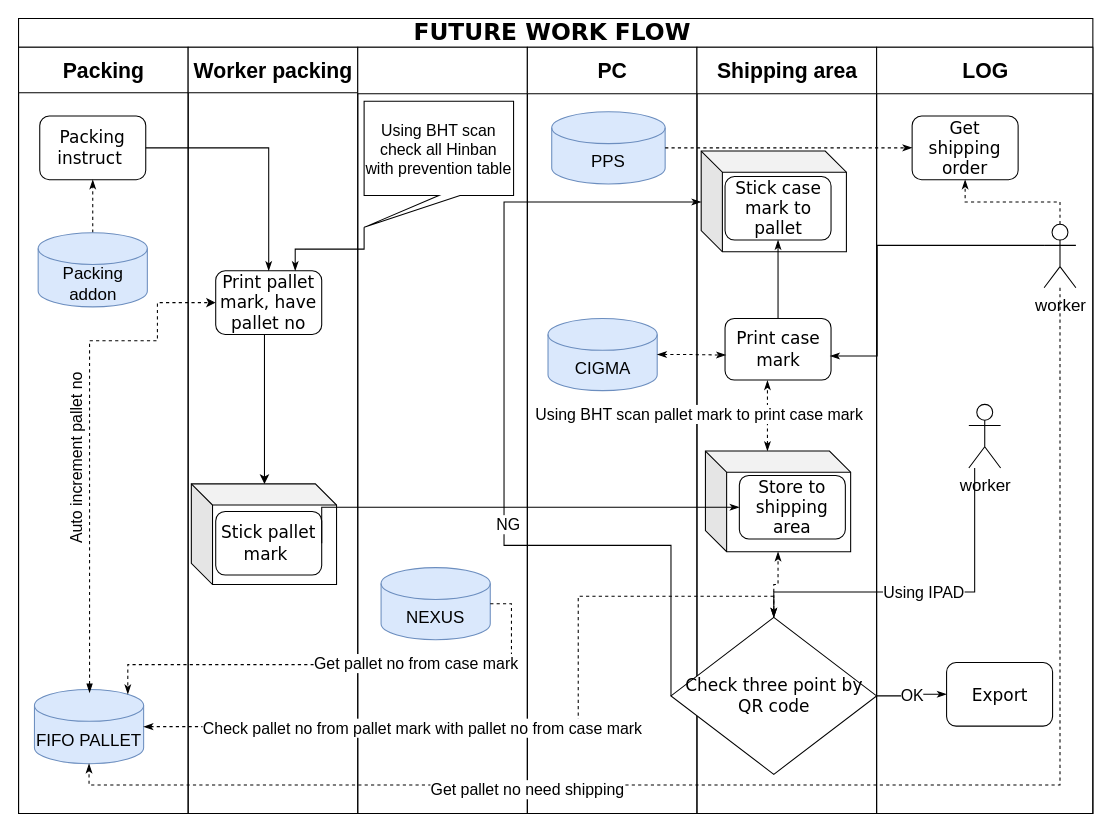
Earlier version of the draw.io diagram page "Future" (2 of 2) of work flow current fifo.drawio (dreegoo/hellotoken). Source tidied: cells renumbered, new cells numbered last; positions are measured from the earlier drawing's top-left corner, leaving out a move shared by most shapes. Both pictures are drawn from the tidied source at 106%, with x=0, y=0 at pixel (18, 18).
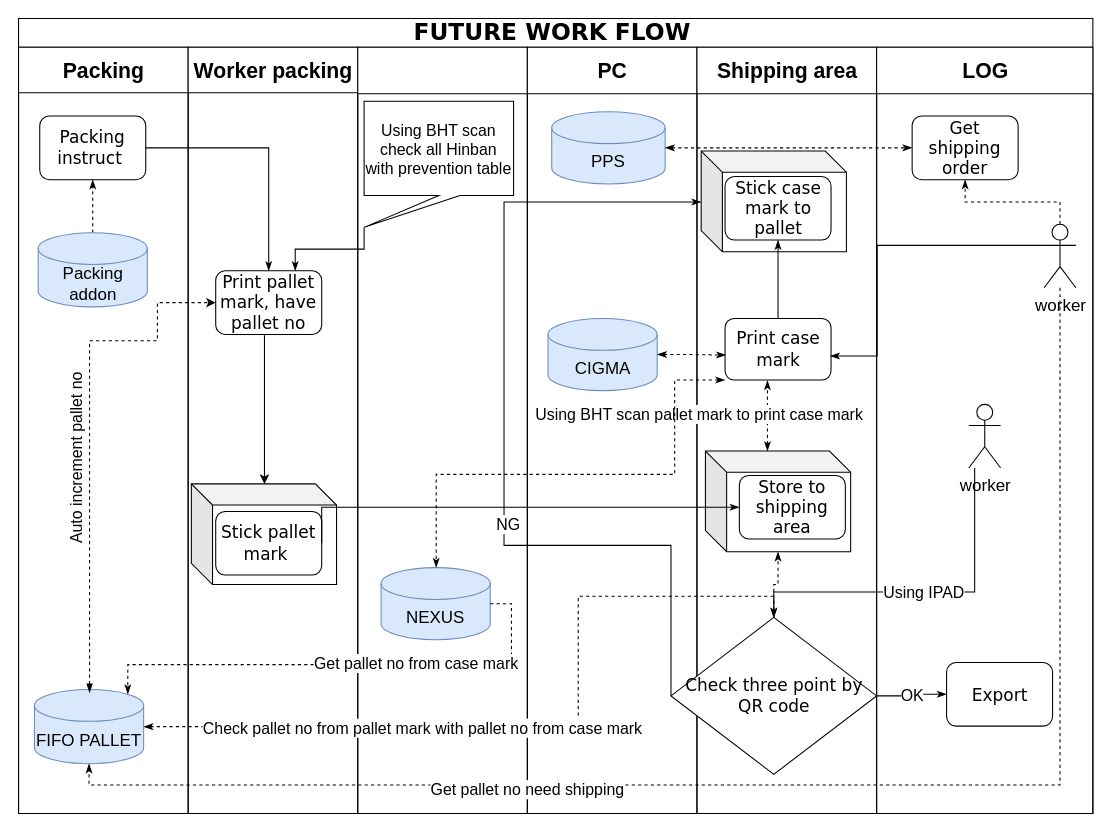
Above is the later version.

Unchanged cells that the change refers to:
```xml
<mxCell id="2" value="FUTURE WORK FLOW&amp;nbsp;" style="swimlane;html=1;startSize=27;rounded=0;shadow=0;labelBackgroundColor=none;strokeWidth=1;fontFamily=Verdana;fontSize=22;align=center;" parent="1" vertex="1">
  <mxGeometry width="1013.5" height="750" as="geometry" />
</mxCell>
<mxCell id="15" value="NEXUS" style="shape=cylinder3;whiteSpace=wrap;html=1;boundedLbl=1;backgroundOutline=1;size=15;fontSize=16;align=center;labelBackgroundColor=none;fillColor=#dae8fc;strokeColor=#6c8ebf;" parent="13" vertex="1">
  <mxGeometry x="22" y="491" width="103" height="68" as="geometry" />
</mxCell>
<mxCell id="18" value="PPS" style="shape=cylinder3;whiteSpace=wrap;html=1;boundedLbl=1;backgroundOutline=1;size=15;fontSize=16;align=center;labelBackgroundColor=none;fillColor=#dae8fc;strokeColor=#6c8ebf;" parent="16" vertex="1">
  <mxGeometry x="23" y="61" width="107" height="68" as="geometry" />
</mxCell>
<mxCell id="26" value="Print case mark" style="rounded=1;whiteSpace=wrap;html=1;shadow=0;labelBackgroundColor=none;strokeWidth=1;fontFamily=Verdana;fontSize=16;align=center;fontStyle=0;" parent="20" vertex="1">
  <mxGeometry x="26.5" y="256" width="100" height="58" as="geometry" />
</mxCell>
<mxCell id="33" value="Get shipping order" style="rounded=1;whiteSpace=wrap;html=1;shadow=0;labelBackgroundColor=none;strokeWidth=1;fontFamily=Verdana;fontSize=16;align=center;fontStyle=0;" parent="32" vertex="1">
  <mxGeometry x="33.5" y="65" width="100" height="60" as="geometry" />
</mxCell>
```

The edit, as a diff of the source:
```diff
@@
-    <mxCell id="19" style="edgeStyle=orthogonalEdgeStyle;rounded=0;jettySize=auto;html=1;exitX=1;exitY=0.5;exitDx=0;exitDy=0;startArrow=none;startFill=0;endArrow=classicThin;endFill=1;fontSize=16;dashed=1;exitPerimeter=0;" parent="2" edge="1" source="18" target="33">
+    <mxCell id="19" style="edgeStyle=orthogonalEdgeStyle;rounded=0;jettySize=auto;html=1;exitX=1;exitY=0.5;exitDx=0;exitDy=0;startArrow=classicThin;startFill=1;endArrow=classicThin;endFill=1;fontSize=16;dashed=1;exitPerimeter=0;" parent="2" edge="1" source="18" target="33">
       <mxGeometry relative="1" as="geometry" />
     </mxCell>
@@
+    <mxCell id="53" style="edgeStyle=orthogonalEdgeStyle;rounded=0;jettySize=auto;html=1;exitX=0;exitY=1;exitDx=0;exitDy=0;startArrow=classicThin;startFill=1;endArrow=classicThin;endFill=1;fontSize=15;dashed=1;" parent="2" edge="1" source="26" target="15">
+      <mxGeometry relative="1" as="geometry">
+        <Array as="points">
+          <mxPoint x="619" y="341" />
+          <mxPoint x="619" y="430" />
+          <mxPoint x="394" y="430" />
+        </Array>
+      </mxGeometry>
+    </mxCell>
```
